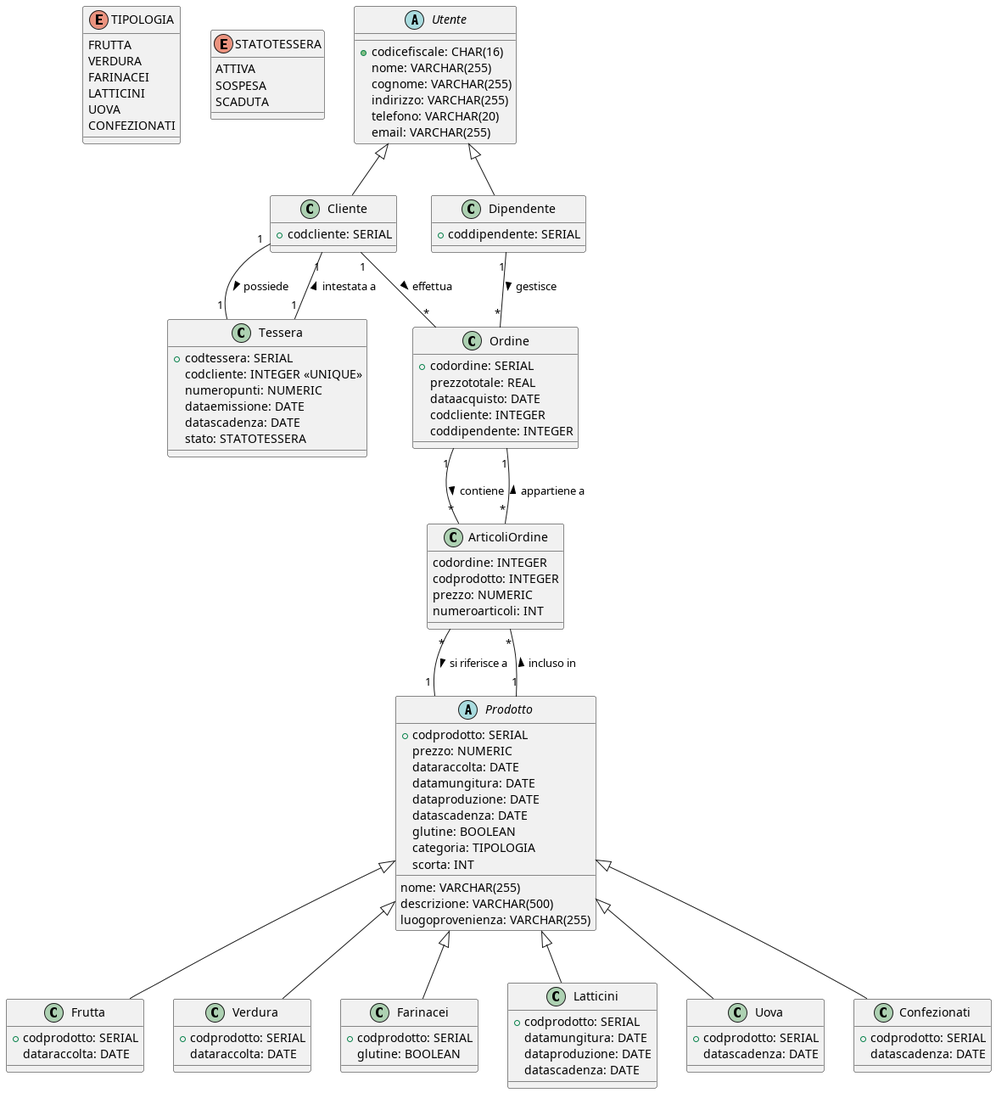
Before: Progetto-DB/Immagini/DiagramNonRistrutturato.png, a diagram exported from PlantUML (GinoPT97/UniDevPortfolio).
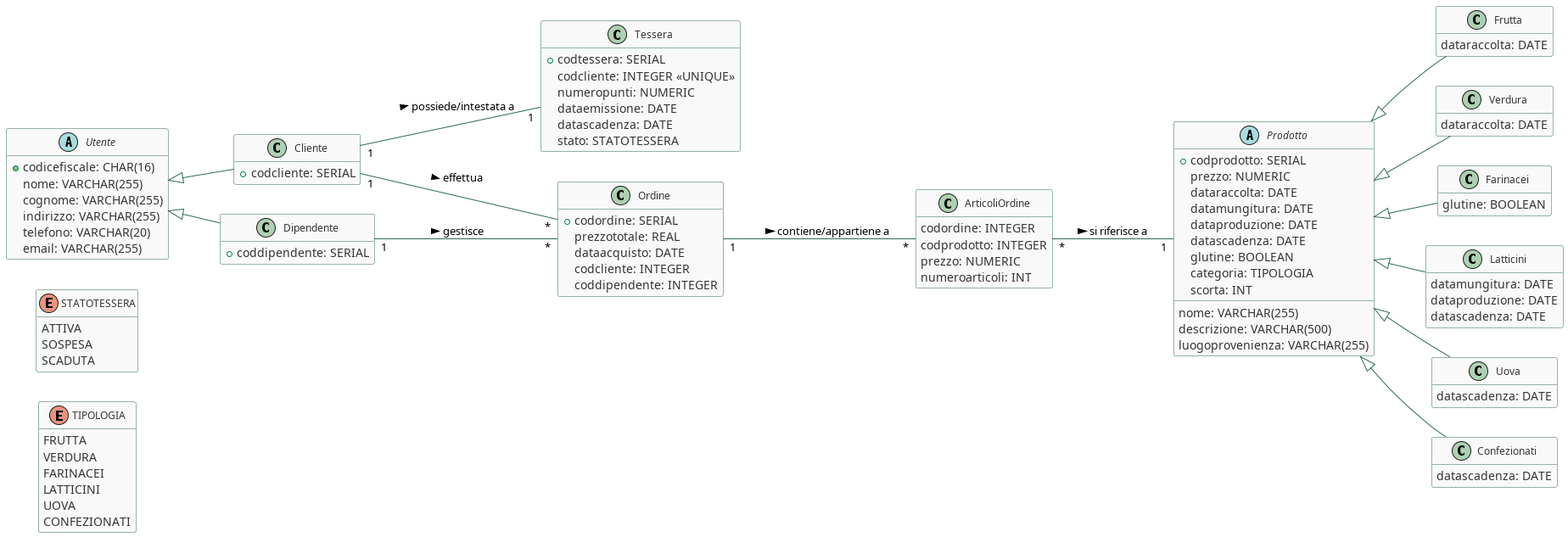
Later version of the same file.

Commit message:
feat: aggiungi nuovi diagrammi ER ristrutturati e non ristrutturati

Change to the diagram source:
```diff
@@ -1,4 +1,18 @@
 @startuml DiagramNonRistrutturato
+skinparam class {
+    BackgroundColor #F9F9F9
+    ArrowColor #2D6A4F
+  BorderColor #2D6A4F
+  FontName "Segoe UI"
+  FontSize 12
+    AttributeFontColor #333333
+    StereotypeFontColor #2D6A4F
+    StereotypeFontSize 11
+}
+hide empty members
+
+left to right direction
+
 enum TIPOLOGIA {
   FRUTTA
   VERDURA
@@ -7,7 +21,6 @@
   UOVA
   CONFEZIONATI
 }
-
 enum STATOTESSERA {
   ATTIVA
   SOSPESA
@@ -22,15 +35,12 @@
   telefono: VARCHAR(20)
   email: VARCHAR(255)
 }
-
 class Cliente {
   +codcliente: SERIAL
 }
-
 class Dipendente {
   +coddipendente: SERIAL
 }
-
 Utente <|-- Cliente
 Utente <|-- Dipendente
 
@@ -50,7 +60,6 @@
   codcliente: INTEGER
   coddipendente: INTEGER
 }
-
 class ArticoliOrdine {
   codordine: INTEGER
   codprodotto: INTEGER
@@ -72,39 +81,26 @@
   categoria: TIPOLOGIA
   scorta: INT
 }
-
 class Frutta {
-  +codprodotto: SERIAL
   dataraccolta: DATE
 }
-
 class Verdura {
-  +codprodotto: SERIAL
   dataraccolta: DATE
 }
-
 class Farinacei {
-  +codprodotto: SERIAL
   glutine: BOOLEAN
 }
-
 class Latticini {
-  +codprodotto: SERIAL
   datamungitura: DATE
   dataproduzione: DATE
   datascadenza: DATE
 }
-
 class Uova {
-  +codprodotto: SERIAL
   datascadenza: DATE
 }
-
 class Confezionati {
-  +codprodotto: SERIAL
   datascadenza: DATE
 }
-
 Prodotto <|-- Frutta
 Prodotto <|-- Verdura
 Prodotto <|-- Farinacei
@@ -112,13 +108,10 @@
 Prodotto <|-- Uova
 Prodotto <|-- Confezionati
 
-Cliente "1" -- "1" Tessera : possiede >
+Cliente "1" -- "1" Tessera : possiede/intestata a >
 Cliente "1" -- "*" Ordine : effettua >
 Dipendente "1" -- "*" Ordine : gestisce >
-Ordine "1" -- "*" ArticoliOrdine : contiene >
-Prodotto "1" -- "*" ArticoliOrdine : incluso in >
-ArticoliOrdine "*" -- "1" Ordine : appartiene a >
+Ordine "1" -- "*" ArticoliOrdine : contiene/appartiene a >
 ArticoliOrdine "*" -- "1" Prodotto : si riferisce a >
-Tessera "1" -- "1" Cliente : intestata a >
 
 @enduml
```
